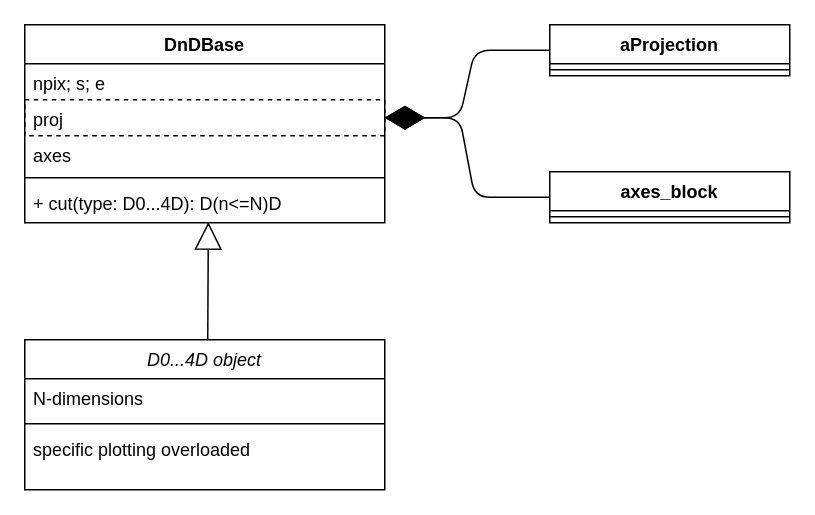
Earlier version of the draw.io diagram page "DND" (2 of 9) of documentation/diagrams/sqw-dnd_new.drawio (pace-neutrons/Horace). Source tidied: cells renumbered, new cells numbered last; positions are measured from the earlier drawing's top-left corner, leaving out a move shared by most shapes. Both pictures are drawn from the tidied source at 150%, with x=0, y=0 at pixel (24, 24).
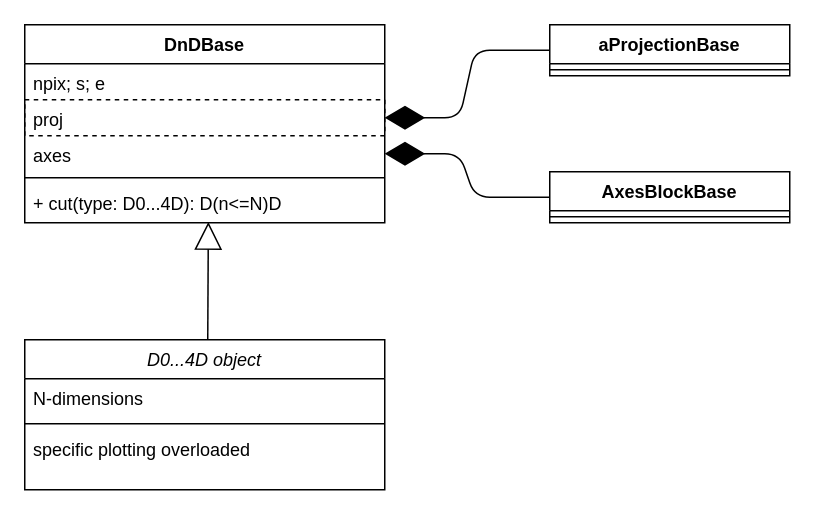
The same page after the edit.

The change refers to these unchanged cells:
```xml
<mxCell id="4" value="proj" style="text;fillColor=none;align=left;verticalAlign=top;spacingLeft=4;spacingRight=4;overflow=hidden;points=[[0,0.5],[1,0.5]];portConstraint=eastwest;dashed=1;strokeColor=#000000;" parent="2" vertex="1">
  <mxGeometry y="50" width="240" height="24" as="geometry" />
</mxCell>
<mxCell id="5" value="axes" style="text;strokeColor=none;fillColor=none;align=left;verticalAlign=top;spacingLeft=4;spacingRight=4;overflow=hidden;points=[[0,0.5],[1,0.5]];portConstraint=eastwest;" parent="2" vertex="1">
  <mxGeometry y="74" width="240" height="24" as="geometry" />
</mxCell>
```

What changed in the source:
```diff
@@
-    <mxCell id="13" value="aProjection" style="swimlane;fontStyle=1;align=center;verticalAlign=top;horizontal=1;startSize=26;" parent="1" vertex="1">
+    <mxCell id="13" value="aProjectionBase" style="swimlane;fontStyle=1;align=center;verticalAlign=top;horizontal=1;startSize=26;" parent="1" vertex="1">
       <mxGeometry x="350" width="160" height="34" as="geometry" />
     </mxCell>
@@
-    <mxCell id="15" value="axes_block" style="swimlane;fontStyle=1;align=center;verticalAlign=top;horizontal=1;startSize=26;" parent="1" vertex="1">
+    <mxCell id="15" value="AxesBlockBase" style="swimlane;fontStyle=1;align=center;verticalAlign=top;horizontal=1;startSize=26;" parent="1" vertex="1">
       <mxGeometry x="350" y="98" width="160" height="34" as="geometry" />
     </mxCell>
@@
-    <mxCell id="17" style="endArrow=diamondThin;endFill=1;endSize=24;html=1;exitX=0;exitY=0.5;exitDx=0;exitDy=0;entryX=1;entryY=0.5;entryDx=0;entryDy=0;" parent="1" edge="1" source="15" target="4">
+    <mxCell id="17" style="endArrow=diamondThin;endFill=1;endSize=24;html=1;exitX=0;exitY=0.5;exitDx=0;exitDy=0;entryX=1;entryY=0.5;entryDx=0;entryDy=0;" parent="1" edge="1" source="15" target="5">
       <mxGeometry relative="1" as="geometry">
         <Array as="points">
           <mxPoint x="300" y="115" />
-          <mxPoint x="290" y="62" />
+          <mxPoint x="290" y="86" />
         </Array>
       </mxGeometry>
     </mxCell>
```
